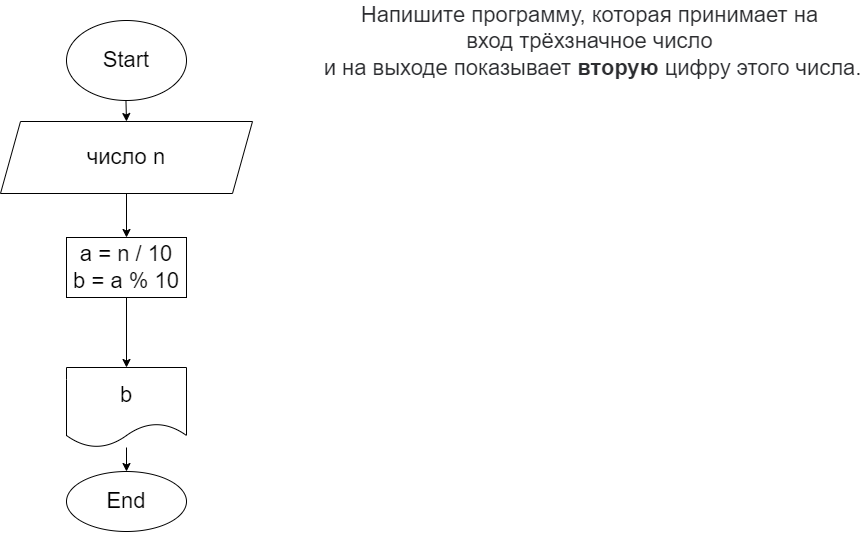
This is HomeWork02/Example10/ex10.drawio.png from Pythoncheg/C-Discover, a draw.io export, as it was before one commit. Source tidied: cells renumbered, new cells last; positions are measured from the earlier drawing's top-left corner, leaving out a move shared by most shapes.
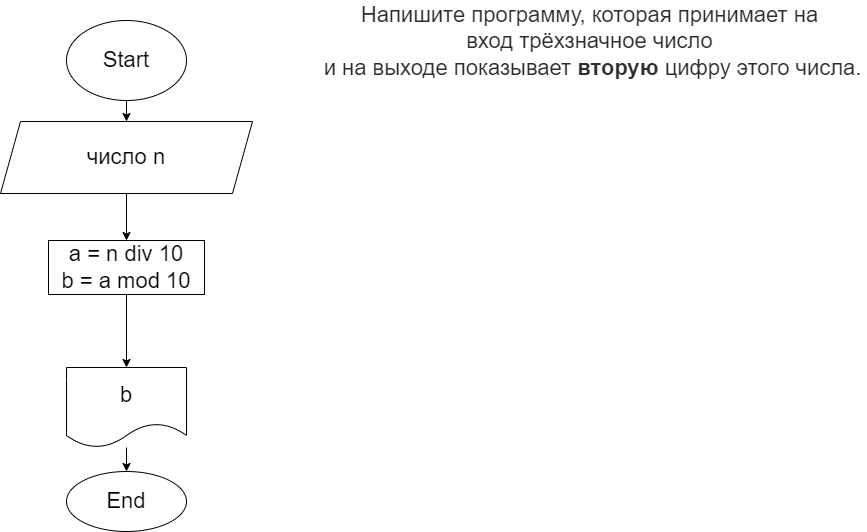
Later version of the same file.

Change to the diagram source:
```diff
@@ -20,8 +20,8 @@
     <mxCell id="7" style="edgeStyle=none;html=1;fontSize=22;" parent="1" edge="1" source="8" target="10">
       <mxGeometry relative="1" as="geometry" />
     </mxCell>
-    <mxCell id="8" value="a = n / 10&lt;br&gt;b = a % 10" style="whiteSpace=wrap;html=1;fontSize=22;" parent="1" vertex="1">
-      <mxGeometry x="66" y="237" width="120" height="60" as="geometry" />
+    <mxCell id="8" value="a = n div 10&lt;br&gt;b = a mod 10" style="whiteSpace=wrap;html=1;fontSize=22;" parent="1" vertex="1">
+      <mxGeometry x="48" y="240" width="156" height="54" as="geometry" />
     </mxCell>
     <mxCell id="9" style="edgeStyle=none;html=1;fontSize=22;" parent="1" edge="1" source="10" target="11">
       <mxGeometry relative="1" as="geometry" />
```
